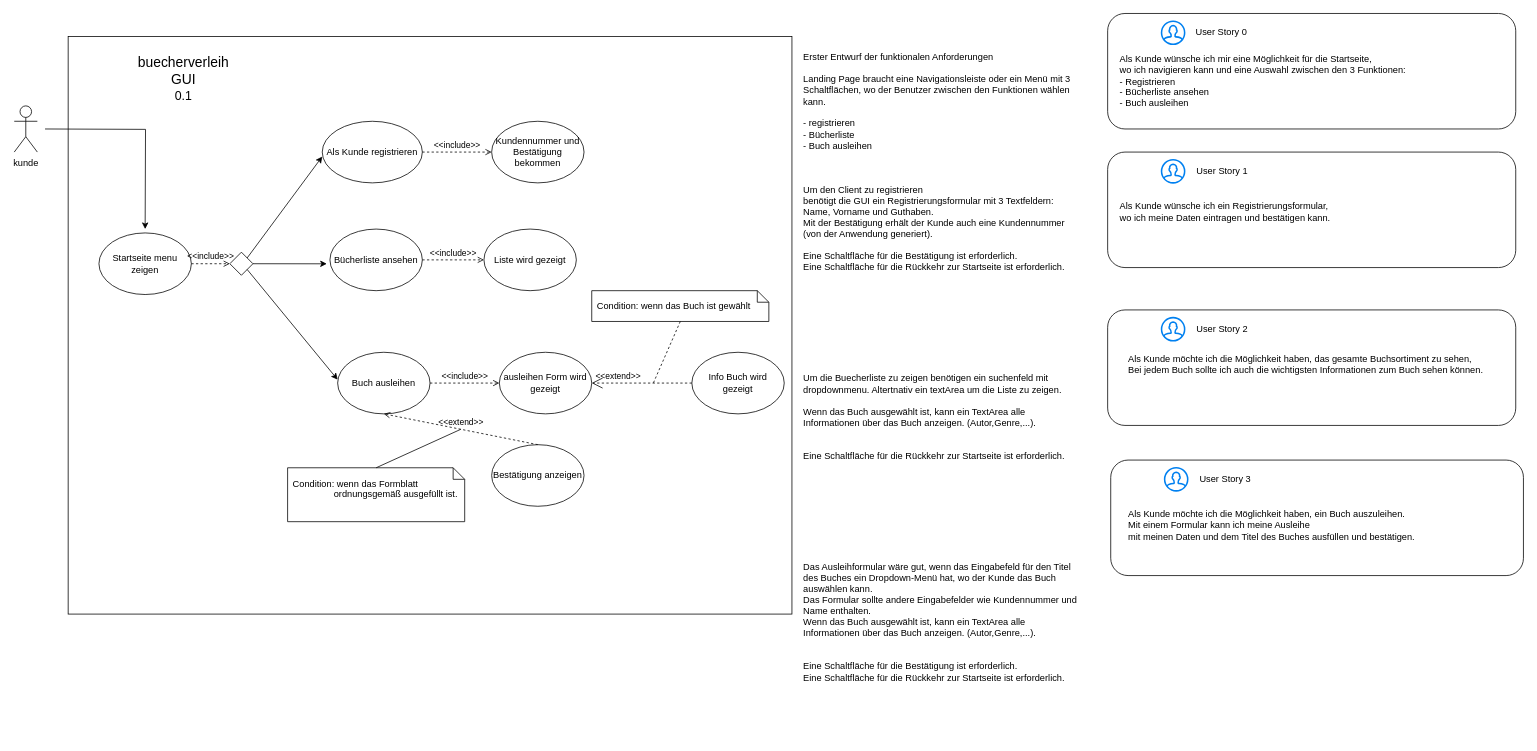
Earlier version of the draw.io diagram Buechverleih.drawio (marcogara/WBS_60.1). Source tidied: cells renumbered, new cells numbered last; positions are measured from the earlier drawing's top-left corner, leaving out a move shared by most shapes. Both pictures are drawn from the tidied source at 77%, with x=0, y=0 at pixel (14, 13).
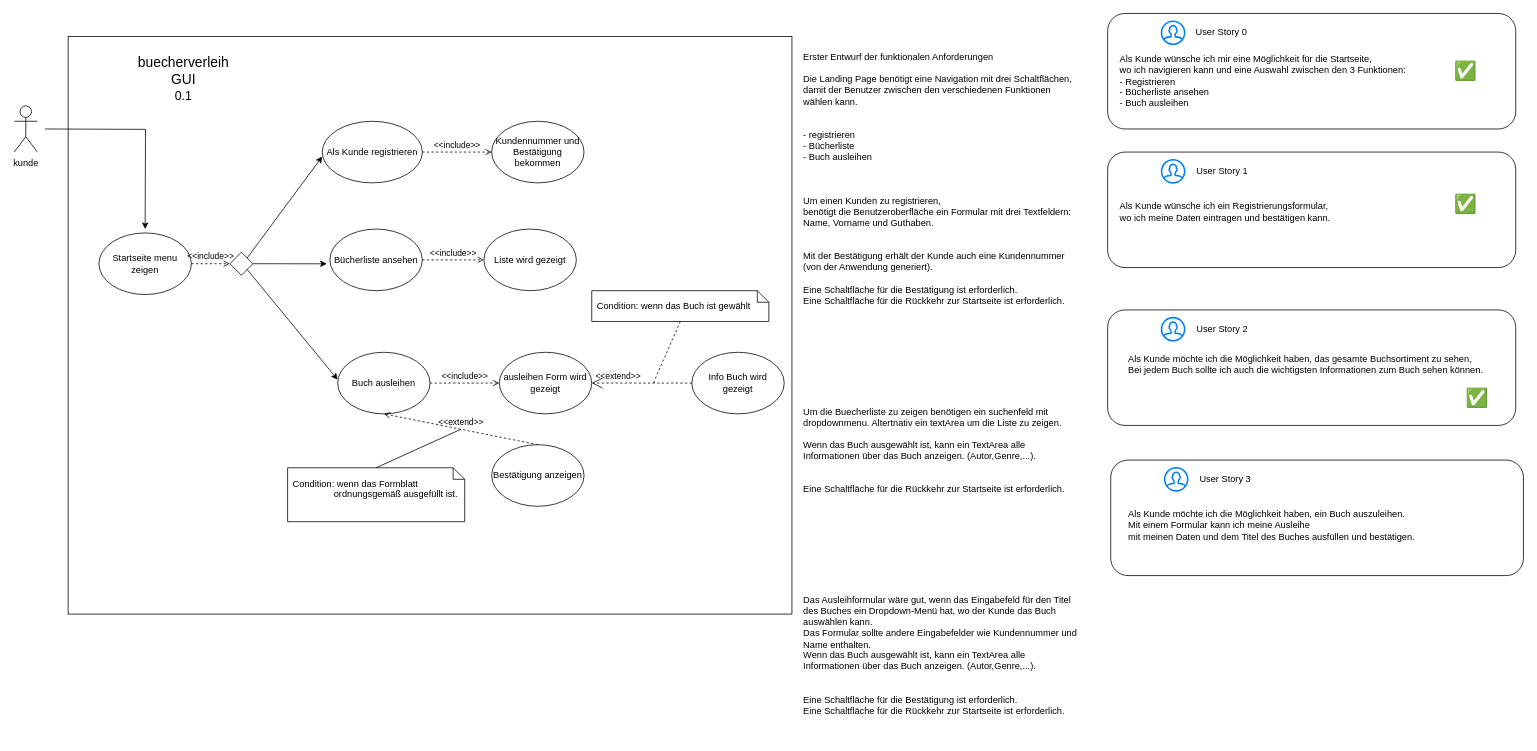
After the change.

Commit message:
update user story

Change to the diagram source:
```diff
@@
-    <mxCell id="15" value="&lt;div&gt;Erster Entwurf der funktionalen Anforderungen&lt;/div&gt;&lt;div&gt;&lt;br&gt;&lt;/div&gt;&lt;div&gt;Landing Page braucht eine Navigationsleiste oder ein Menü mit 3 Schaltflächen, wo der Benutzer zwischen den Funktionen wählen kann.&lt;br&gt;&lt;br&gt;&lt;/div&gt;&lt;div&gt;- registrieren &lt;br&gt;&lt;/div&gt;&lt;div&gt;- Bücherliste &lt;br&gt;&lt;/div&gt;&lt;div&gt;- Buch ausleihen &lt;br&gt;&lt;/div&gt;&lt;div&gt;&lt;br&gt;&lt;/div&gt;&lt;br&gt;&lt;div&gt;&lt;br&gt;&lt;/div&gt;&lt;div&gt;Um den Client zu registrieren&lt;/div&gt;benötigt die GUI ein Registrierungsformular mit 3 Textfeldern: Name, Vorname und Guthaben.&lt;br&gt;&lt;div&gt;Mit der Bestätigung erhält der Kunde auch eine Kundennummer (von der Anwendung generiert).&lt;/div&gt;&lt;div&gt;&lt;br&gt;&lt;/div&gt;&lt;div&gt;Eine Schaltfläche für die Bestätigung ist erforderlich.&lt;/div&gt;&lt;div&gt;Eine Schaltfläche für die Rückkehr zur Startseite ist erforderlich.&lt;/div&gt;&lt;br&gt;&lt;br&gt;&lt;div&gt;&lt;br&gt;&lt;/div&gt;&lt;div&gt;&lt;br&gt;&lt;/div&gt;&lt;div&gt;&lt;br&gt;&lt;/div&gt;&lt;div&gt;&lt;br&gt;&lt;/div&gt;&lt;div&gt;&lt;br&gt;&lt;/div&gt;&lt;div&gt;&lt;br&gt;&lt;/div&gt;&lt;div&gt;&lt;br&gt;&lt;/div&gt;&lt;div&gt;Um die Buecherliste zu zeigen benötigen ein suchenfeld mit dropdownmenu. Altertnativ ein textArea um die Liste zu zeigen. &lt;br&gt;&lt;/div&gt;&lt;div&gt;&lt;br&gt;&lt;/div&gt;&lt;div&gt;Wenn das Buch ausgewählt ist, kann ein TextArea alle Informationen über das Buch anzeigen. (Autor,Genre,...).&lt;/div&gt;&lt;div&gt;&lt;br&gt;&lt;/div&gt;&lt;div&gt;&lt;br&gt;&lt;/div&gt;&lt;div&gt;Eine Schaltfläche für die Rückkehr zur Startseite ist erforderlich.&lt;/div&gt;&lt;div&gt;&lt;br&gt;&lt;/div&gt;&lt;div&gt;&lt;br&gt;&lt;/div&gt;&lt;div&gt;&lt;br&gt;&lt;/div&gt;&lt;div&gt;&lt;br&gt;&lt;/div&gt;&lt;div&gt;&lt;br&gt;&lt;/div&gt;&lt;div&gt;&lt;br&gt;&lt;/div&gt;&lt;div&gt;&lt;br&gt;&lt;/div&gt;&lt;div&gt;&lt;br&gt;&lt;/div&gt;&lt;div&gt;&lt;br&gt;&lt;/div&gt;Das Ausleihformular wäre gut, wenn das Eingabefeld für den Titel des Buches ein Dropdown-Menü hat, wo der Kunde das Buch auswählen kann.&lt;br&gt;Das Formular sollte andere Eingabefelder wie Kundennummer und Name enthalten.&lt;br&gt;&lt;div&gt;Wenn das Buch ausgewählt ist, kann ein TextArea alle Informationen über das Buch anzeigen. (Autor,Genre,...).&lt;/div&gt;&lt;br&gt;&lt;div&gt;&lt;br&gt;&lt;/div&gt;&lt;div&gt;Eine Schaltfläche für die Bestätigung ist erforderlich.&lt;/div&gt;&lt;div&gt;Eine Schaltfläche für die Rückkehr zur Startseite ist erforderlich.&lt;br&gt;&lt;br&gt;&lt;br&gt;&lt;br&gt;&lt;br&gt;&lt;br&gt;&lt;/div&gt;" style="text;html=1;strokeColor=none;fillColor=none;spacing=5;spacingTop=-20;whiteSpace=wrap;overflow=hidden;rounded=0;" parent="1" vertex="1">
+    <mxCell id="15" value="&lt;div&gt;Erster Entwurf der funktionalen Anforderungen&lt;/div&gt;&lt;div&gt;&lt;br&gt;&lt;/div&gt;&lt;div&gt;Die Landing Page benötigt eine Navigation mit drei Schaltflächen, damit der Benutzer zwischen den verschiedenen Funktionen wählen kann.&lt;br&gt;&lt;br&gt;&lt;br&gt;&lt;/div&gt;&lt;div&gt;- registrieren &lt;br&gt;&lt;/div&gt;&lt;div&gt;- Bücherliste &lt;br&gt;&lt;/div&gt;&lt;div&gt;- Buch ausleihen &lt;br&gt;&lt;/div&gt;&lt;div&gt;&lt;br&gt;&lt;/div&gt;&lt;br&gt;&lt;div&gt;&lt;br&gt;&lt;/div&gt;Um einen Kunden zu registrieren,&lt;br&gt;benötigt die Benutzeroberfläche ein Formular mit drei Textfeldern: Name, Vorname und Guthaben.&lt;br&gt;&lt;br&gt;&lt;br&gt;&lt;div&gt;Mit der Bestätigung erhält der Kunde auch eine Kundennummer (von der Anwendung generiert).&lt;/div&gt;&lt;div&gt;&lt;br&gt;&lt;/div&gt;&lt;div&gt;Eine Schaltfläche für die Bestätigung ist erforderlich.&lt;/div&gt;&lt;div&gt;Eine Schaltfläche für die Rückkehr zur Startseite ist erforderlich.&lt;/div&gt;&lt;br&gt;&lt;br&gt;&lt;div&gt;&lt;br&gt;&lt;/div&gt;&lt;div&gt;&lt;br&gt;&lt;/div&gt;&lt;div&gt;&lt;br&gt;&lt;/div&gt;&lt;div&gt;&lt;br&gt;&lt;/div&gt;&lt;div&gt;&lt;br&gt;&lt;/div&gt;&lt;div&gt;&lt;br&gt;&lt;/div&gt;&lt;div&gt;&lt;br&gt;&lt;/div&gt;&lt;div&gt;Um die Buecherliste zu zeigen benötigen ein suchenfeld mit dropdownmenu. Altertnativ ein textArea um die Liste zu zeigen. &lt;br&gt;&lt;/div&gt;&lt;div&gt;&lt;br&gt;&lt;/div&gt;&lt;div&gt;Wenn das Buch ausgewählt ist, kann ein TextArea alle Informationen über das Buch anzeigen. (Autor,Genre,...).&lt;/div&gt;&lt;div&gt;&lt;br&gt;&lt;/div&gt;&lt;div&gt;&lt;br&gt;&lt;/div&gt;&lt;div&gt;Eine Schaltfläche für die Rückkehr zur Startseite ist erforderlich.&lt;/div&gt;&lt;div&gt;&lt;br&gt;&lt;/div&gt;&lt;div&gt;&lt;br&gt;&lt;/div&gt;&lt;div&gt;&lt;br&gt;&lt;/div&gt;&lt;div&gt;&lt;br&gt;&lt;/div&gt;&lt;div&gt;&lt;br&gt;&lt;/div&gt;&lt;div&gt;&lt;br&gt;&lt;/div&gt;&lt;div&gt;&lt;br&gt;&lt;/div&gt;&lt;div&gt;&lt;br&gt;&lt;/div&gt;&lt;div&gt;&lt;br&gt;&lt;/div&gt;Das Ausleihformular wäre gut, wenn das Eingabefeld für den Titel des Buches ein Dropdown-Menü hat, wo der Kunde das Buch auswählen kann.&lt;br&gt;Das Formular sollte andere Eingabefelder wie Kundennummer und Name enthalten.&lt;br&gt;&lt;div&gt;Wenn das Buch ausgewählt ist, kann ein TextArea alle Informationen über das Buch anzeigen. (Autor,Genre,...).&lt;/div&gt;&lt;br&gt;&lt;div&gt;&lt;br&gt;&lt;/div&gt;&lt;div&gt;Eine Schaltfläche für die Bestätigung ist erforderlich.&lt;/div&gt;&lt;div&gt;Eine Schaltfläche für die Rückkehr zur Startseite ist erforderlich.&lt;br&gt;&lt;br&gt;&lt;br&gt;&lt;br&gt;&lt;br&gt;&lt;br&gt;&lt;/div&gt;" style="text;html=1;strokeColor=none;fillColor=none;spacing=5;spacingTop=-20;whiteSpace=wrap;overflow=hidden;rounded=0;" parent="1" vertex="1">
       <mxGeometry x="1020" y="60" width="370" height="880" as="geometry" />
     </mxCell>
@@
+    <mxCell id="46" value="&lt;font style=&quot;font-size: 24px;&quot;&gt;✅&lt;/font&gt;" style="text;html=1;strokeColor=none;fillColor=none;align=center;verticalAlign=middle;whiteSpace=wrap;rounded=0;" parent="1" vertex="1">
+      <mxGeometry x="1845" y="45" width="80" height="60" as="geometry" />
+    </mxCell>
+    <mxCell id="47" value="&lt;font style=&quot;font-size: 24px;&quot;&gt;✅&lt;/font&gt;" style="text;html=1;strokeColor=none;fillColor=none;align=center;verticalAlign=middle;whiteSpace=wrap;rounded=0;" parent="1" vertex="1">
+      <mxGeometry x="1845" y="218" width="80" height="60" as="geometry" />
+    </mxCell>
+    <mxCell id="48" value="&lt;font style=&quot;font-size: 24px;&quot;&gt;✅&lt;/font&gt;" style="text;html=1;strokeColor=none;fillColor=none;align=center;verticalAlign=middle;whiteSpace=wrap;rounded=0;" parent="1" vertex="1">
+      <mxGeometry x="1860" y="470" width="80" height="60" as="geometry" />
+    </mxCell>
```
